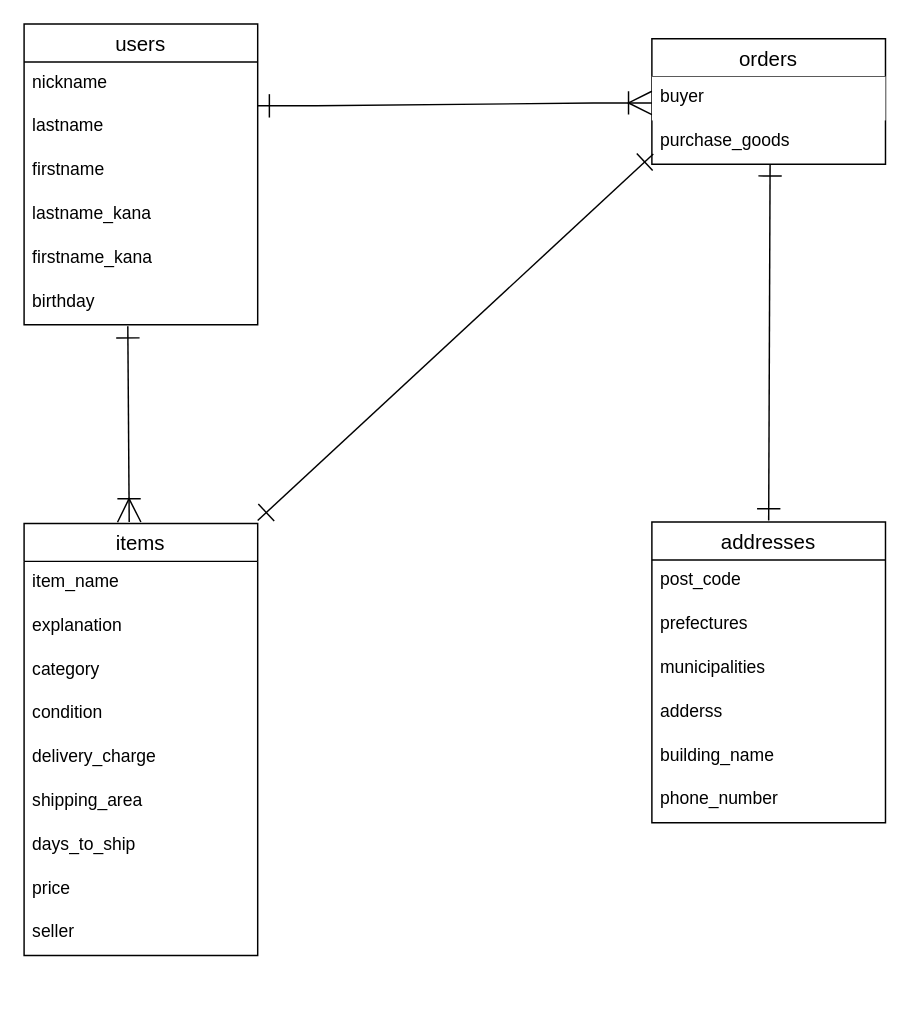
tatsubou1545/furima-39073 keeps this draw.io diagram as furima.dio. Above is the earlier version. Source tidied: cells renumbered, new cells numbered last; positions are measured from the earlier drawing's top-left corner, leaving out a move shared by most shapes. Both pictures are drawn from the tidied source at 146%, with x=0, y=0 at pixel (23, 23).
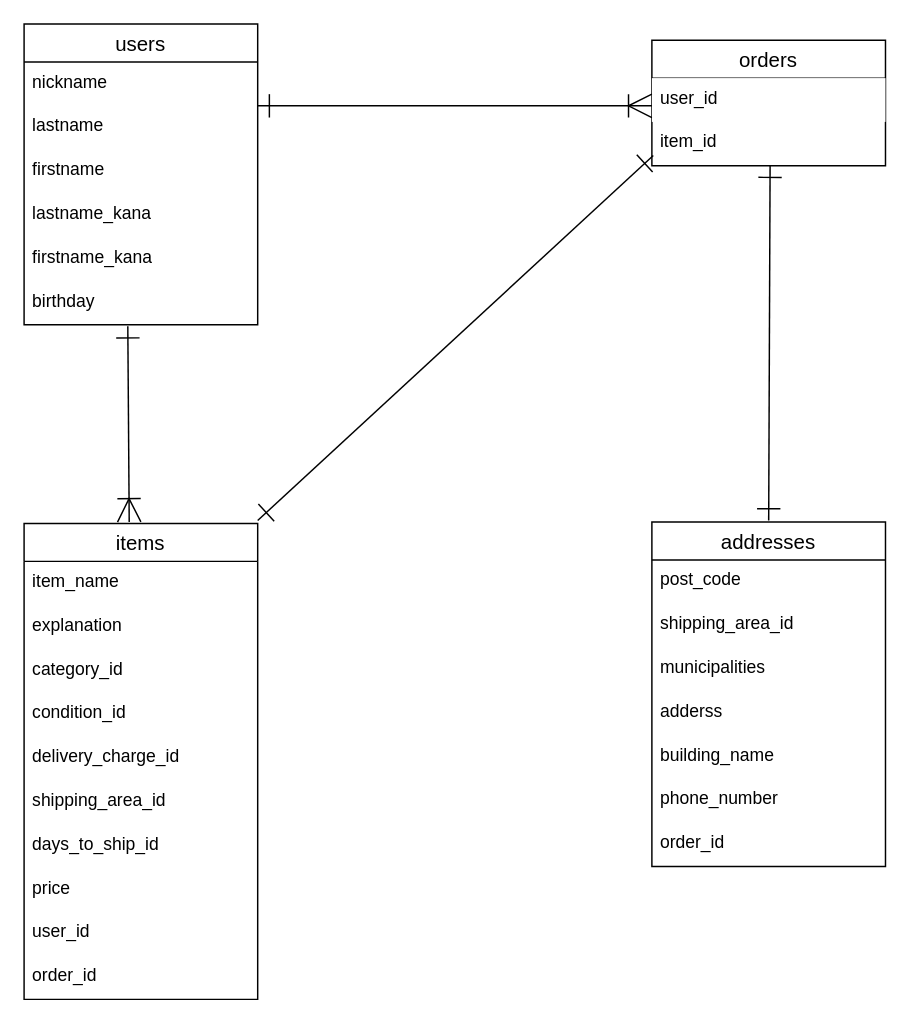
The same page after the edit.

Unchanged cells that the change refers to:
```xml
<mxCell id="4" value="lastname" style="text;spacingLeft=4;spacingRight=4;overflow=hidden;points=[[0,0.5],[1,0.5]];portConstraint=eastwest;fontSize=12;" parent="2" vertex="1">
  <mxGeometry y="56" width="160" height="30" as="geometry" />
</mxCell>
```

Change to the diagram source:
```diff
@@
     <mxCell id="9" value="orders" style="swimlane;fontStyle=0;horizontal=1;startSize=26;align=center;fontSize=14;fillColor=default;fillStyle=auto;gradientColor=none;swimlaneFillColor=default;strokeColor=default;" parent="1" vertex="1">
-      <mxGeometry x="430" y="10" width="160" height="86" as="geometry" />
+      <mxGeometry x="430" y="11" width="160" height="86" as="geometry" />
     </mxCell>
-    <mxCell id="10" value="buyer" style="text;strokeColor=none;fillColor=default;spacingLeft=4;spacingRight=4;overflow=hidden;fontSize=12;gradientColor=none;" parent="9" vertex="1">
+    <mxCell id="10" value="user_id" style="text;strokeColor=none;fillColor=default;spacingLeft=4;spacingRight=4;overflow=hidden;fontSize=12;gradientColor=none;" parent="9" vertex="1">
       <mxGeometry y="26" width="160" height="30" as="geometry" />
     </mxCell>
-    <mxCell id="11" value="purchase_goods" style="text;strokeColor=none;fillColor=none;spacingLeft=4;spacingRight=4;overflow=hidden;points=[[0,0.5],[1,0.5]];portConstraint=eastwest;fontSize=12;" parent="9" vertex="1">
+    <mxCell id="11" value="item_id" style="text;strokeColor=none;fillColor=none;spacingLeft=4;spacingRight=4;overflow=hidden;points=[[0,0.5],[1,0.5]];portConstraint=eastwest;fontSize=12;" parent="9" vertex="1">
       <mxGeometry y="56" width="160" height="30" as="geometry" />
     </mxCell>
     <mxCell id="12" value="addresses" style="swimlane;fontStyle=0;horizontal=1;startSize=26;align=center;fontSize=14;gradientColor=none;swimlaneFillColor=default;swimlaneLine=1;glass=0;rounded=0;strokeColor=default;perimeterSpacing=2;" parent="1" vertex="1">
-      <mxGeometry x="430" y="341" width="160" height="206" as="geometry" />
+      <mxGeometry x="430" y="341" width="160" height="236" as="geometry" />
     </mxCell>
@@
-    <mxCell id="14" value="prefectures" style="text;strokeColor=none;fillColor=none;spacingLeft=4;spacingRight=4;overflow=hidden;fontSize=12;" parent="12" vertex="1">
+    <mxCell id="14" value="shipping_area_id&#10;" style="text;strokeColor=none;fillColor=none;spacingLeft=4;spacingRight=4;overflow=hidden;fontSize=12;" parent="12" vertex="1">
       <mxGeometry y="56" width="160" height="30" as="geometry" />
     </mxCell>
@@
+    <mxCell id="33" value="order_id" style="text;strokeColor=none;fillColor=none;spacingLeft=4;spacingRight=4;overflow=hidden;fontSize=12;" parent="12" vertex="1">
+      <mxGeometry y="206" width="160" height="30" as="geometry" />
+    </mxCell>
     <mxCell id="19" value="items" style="swimlane;fontStyle=0;horizontal=1;startSize=26;align=center;fontSize=14;gradientColor=none;swimlaneFillColor=default;shadow=0;swimlaneLine=1;strokeColor=default;" parent="1" vertex="1">
-      <mxGeometry y="342" width="160" height="296" as="geometry" />
+      <mxGeometry y="342" width="160" height="326" as="geometry" />
     </mxCell>
@@
-    <mxCell id="22" value="category" style="text;strokeColor=none;fillColor=none;spacingLeft=4;spacingRight=4;overflow=hidden;fontSize=12;glass=1;shadow=1;" parent="19" vertex="1">
+    <mxCell id="22" value="category_id" style="text;strokeColor=none;fillColor=none;spacingLeft=4;spacingRight=4;overflow=hidden;fontSize=12;glass=1;shadow=1;" parent="19" vertex="1">
       <mxGeometry y="86" width="160" height="30" as="geometry" />
     </mxCell>
-    <mxCell id="23" value="condition" style="text;strokeColor=none;fillColor=none;spacingLeft=4;spacingRight=4;overflow=hidden;fontSize=12;" parent="19" vertex="1">
+    <mxCell id="23" value="condition_id" style="text;strokeColor=none;fillColor=none;spacingLeft=4;spacingRight=4;overflow=hidden;fontSize=12;" parent="19" vertex="1">
       <mxGeometry y="116" width="160" height="30" as="geometry" />
     </mxCell>
-    <mxCell id="24" value="delivery_charge" style="text;strokeColor=none;fillColor=none;spacingLeft=4;spacingRight=4;overflow=hidden;fontSize=12;" parent="19" vertex="1">
+    <mxCell id="24" value="delivery_charge_id" style="text;strokeColor=none;fillColor=none;spacingLeft=4;spacingRight=4;overflow=hidden;fontSize=12;" parent="19" vertex="1">
       <mxGeometry y="146" width="160" height="30" as="geometry" />
     </mxCell>
-    <mxCell id="25" value="shipping_area" style="text;strokeColor=none;fillColor=none;spacingLeft=4;spacingRight=4;overflow=hidden;fontSize=12;" parent="19" vertex="1">
+    <mxCell id="25" value="shipping_area_id" style="text;strokeColor=none;fillColor=none;spacingLeft=4;spacingRight=4;overflow=hidden;fontSize=12;" parent="19" vertex="1">
       <mxGeometry y="176" width="160" height="30" as="geometry" />
     </mxCell>
-    <mxCell id="26" value="days_to_ship" style="text;strokeColor=none;fillColor=none;spacingLeft=4;spacingRight=4;overflow=hidden;fontSize=12;" parent="19" vertex="1">
+    <mxCell id="26" value="days_to_ship_id" style="text;strokeColor=none;fillColor=none;spacingLeft=4;spacingRight=4;overflow=hidden;fontSize=12;" parent="19" vertex="1">
       <mxGeometry y="206" width="160" height="30" as="geometry" />
     </mxCell>
@@
-    <mxCell id="28" value="seller" style="text;strokeColor=none;fillColor=none;spacingLeft=4;spacingRight=4;overflow=hidden;fontSize=12;" parent="19" vertex="1">
+    <mxCell id="28" value="user_id" style="text;strokeColor=none;fillColor=none;spacingLeft=4;spacingRight=4;overflow=hidden;fontSize=12;" parent="19" vertex="1">
       <mxGeometry y="266" width="160" height="30" as="geometry" />
     </mxCell>
+    <mxCell id="34" value="order_id" style="text;strokeColor=none;fillColor=none;spacingLeft=4;spacingRight=4;overflow=hidden;fontSize=12;" parent="19" vertex="1">
+      <mxGeometry y="296" width="160" height="30" as="geometry" />
+    </mxCell>
     <mxCell id="29" style="edgeStyle=entityRelationEdgeStyle;fontSize=12;html=1;endArrow=ERoneToMany;exitX=1;exitY=0;exitDx=0;exitDy=0;exitPerimeter=0;jumpSize=8;strokeColor=#000000;endSize=14;startSize=14;startArrow=ERone;startFill=0;" parent="1" edge="1" source="4">
       <mxGeometry relative="1" as="geometry">
-        <mxPoint x="430" y="54" as="targetPoint" />
+        <mxPoint x="430" y="56" as="targetPoint" />
       </mxGeometry>
     </mxCell>
```
